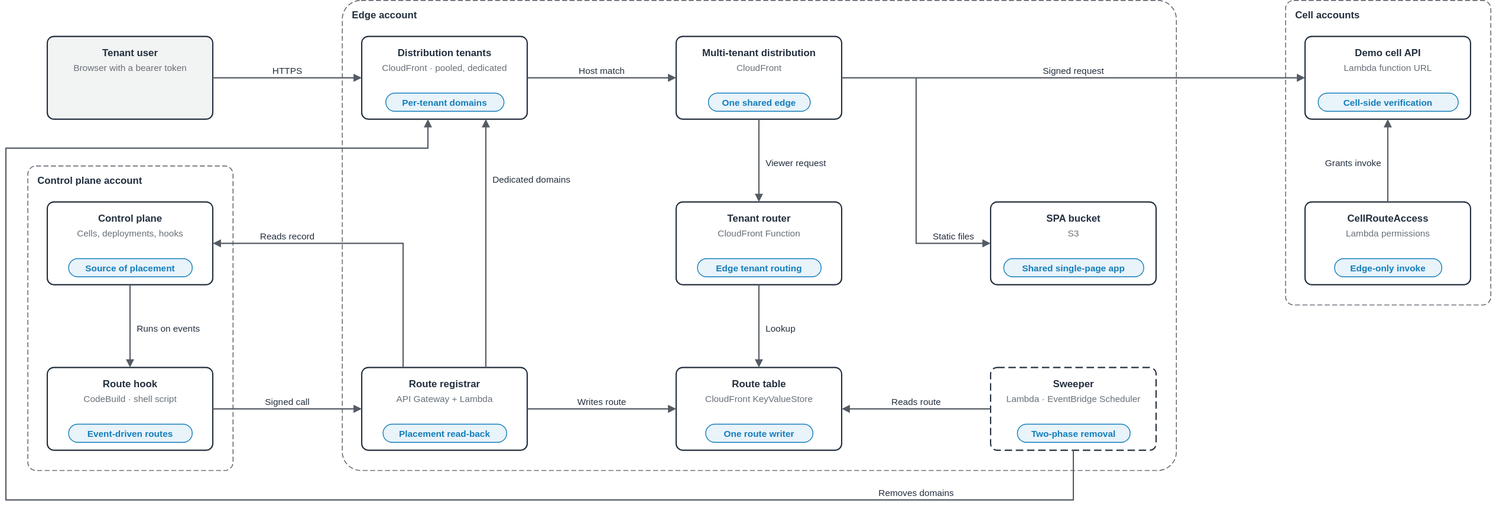
Above: samples/tenant-front-door/diagrams/tenant-front-door.components.drawio.svg in aws-samples/sample-agentic-ai-acceleration-patterns (draw.io), before the change. Source tidied: cells renumbered, new cells last; positions are measured from the earlier drawing's top-left corner, leaving out a move shared by most shapes.
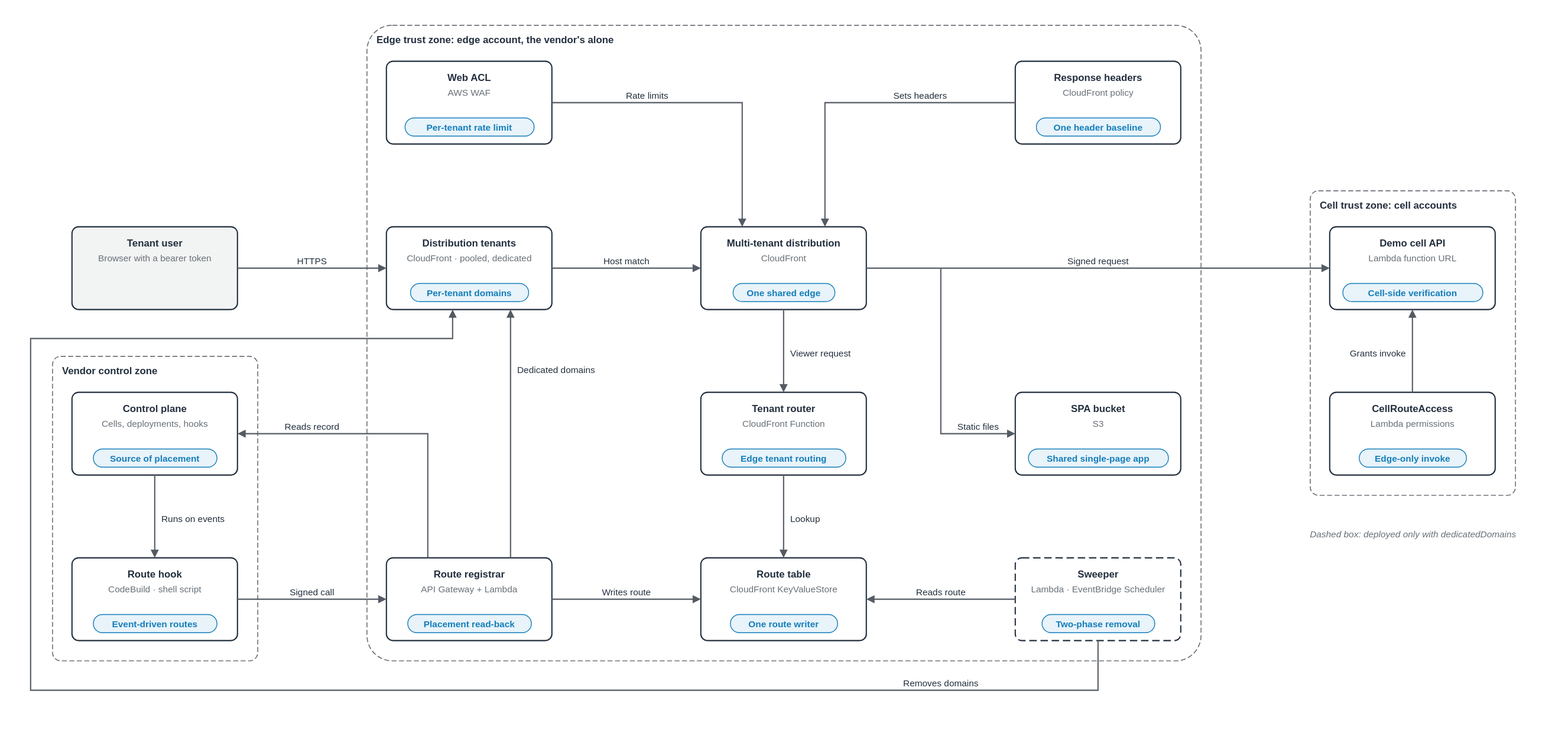
After the commit.

Change to the diagram source:
```diff
@@ -2,13 +2,13 @@
   <root>
     <mxCell id="0" />
     <mxCell id="1" parent="0" />
-    <mxCell id="2" value="Edge account" style="rounded=1;arcSize=4;html=0;fontSize=12;fontStyle=1;fontColor=#232F3E;strokeColor=#545B64;dashed=1;dashPattern=6 3;fillColor=none;verticalAlign=top;align=left;spacingLeft=10;spacingTop=4;" parent="1" vertex="1">
-      <mxGeometry x="406" width="1008" height="568" as="geometry" />
+    <mxCell id="2" value="Edge trust zone: edge account, the vendor's alone" style="rounded=1;arcSize=4;html=0;fontSize=12;fontStyle=1;fontColor=#232F3E;strokeColor=#545B64;dashed=1;dashPattern=6 3;fillColor=none;verticalAlign=top;align=left;spacingLeft=10;spacingTop=4;" parent="1" vertex="1">
+      <mxGeometry x="406" y="-200" width="1008" height="768" as="geometry" />
     </mxCell>
-    <mxCell id="3" value="Control plane account" style="rounded=1;arcSize=4;html=0;fontSize=12;fontStyle=1;fontColor=#232F3E;strokeColor=#545B64;dashed=1;dashPattern=6 3;fillColor=none;verticalAlign=top;align=left;spacingLeft=10;spacingTop=4;" parent="1" vertex="1">
+    <mxCell id="3" value="Vendor control zone" style="rounded=1;arcSize=4;html=0;fontSize=12;fontStyle=1;fontColor=#232F3E;strokeColor=#545B64;dashed=1;dashPattern=6 3;fillColor=none;verticalAlign=top;align=left;spacingLeft=10;spacingTop=4;" parent="1" vertex="1">
       <mxGeometry x="26" y="200" width="248" height="368" as="geometry" />
     </mxCell>
-    <mxCell id="4" value="Cell accounts" style="rounded=1;arcSize=4;html=0;fontSize=12;fontStyle=1;fontColor=#232F3E;strokeColor=#545B64;dashed=1;dashPattern=6 3;fillColor=none;verticalAlign=top;align=left;spacingLeft=10;spacingTop=4;" parent="1" vertex="1">
+    <mxCell id="4" value="Cell trust zone: cell accounts" style="rounded=1;arcSize=4;html=0;fontSize=12;fontStyle=1;fontColor=#232F3E;strokeColor=#545B64;dashed=1;dashPattern=6 3;fillColor=none;verticalAlign=top;align=left;spacingLeft=10;spacingTop=4;" parent="1" vertex="1">
       <mxGeometry x="1546" width="248" height="368" as="geometry" />
     </mxCell>
     <mxCell id="5" style="rounded=1;arcSize=8;html=0;fillColor=#F2F3F3;strokeColor=#232F3E;strokeWidth=1.5;" parent="1" vertex="1">
@@ -259,5 +259,52 @@
     <mxCell id="80" value="Removes domains" style="text;html=0;align=center;verticalAlign=top;fontSize=11;fontStyle=0;fontColor=#232F3E;spacing=0;spacingTop=0;" parent="1" vertex="1">
       <mxGeometry x="1051.8" y="584" width="96.4" height="16" as="geometry" />
     </mxCell>
+    <mxCell id="81" style="rounded=1;arcSize=8;html=0;fillColor=#FFFFFF;strokeColor=#232F3E;strokeWidth=1.5;" parent="1" vertex="1">
+      <mxGeometry x="430" y="-156" width="200" height="100" as="geometry" />
+    </mxCell>
+    <mxCell id="82" value="Web ACL" style="text;html=0;align=center;verticalAlign=top;fontSize=12;fontStyle=1;fontColor=#232F3E;spacing=0;spacingTop=0;" parent="1" vertex="1">
+      <mxGeometry x="440" y="-148" width="180" height="17" as="geometry" />
+    </mxCell>
+    <mxCell id="83" value="AWS WAF" style="text;html=0;align=center;verticalAlign=top;fontSize=11;fontStyle=0;fontColor=#687078;spacing=0;spacingTop=0;" parent="1" vertex="1">
+      <mxGeometry x="440" y="-129" width="180" height="16" as="geometry" />
+    </mxCell>
+    <mxCell id="84" value="Per-tenant rate limit" style="rounded=1;arcSize=50;html=0;fontSize=11;fontStyle=1;fontColor=#147EBA;fillColor=#E8F3FA;strokeColor=#147EBA;align=center;verticalAlign=middle;" parent="1" vertex="1">
+      <mxGeometry x="452" y="-88" width="156" height="22" as="geometry" />
+    </mxCell>
+    <mxCell id="85" style="rounded=1;arcSize=8;html=0;fillColor=#FFFFFF;strokeColor=#232F3E;strokeWidth=1.5;" parent="1" vertex="1">
+      <mxGeometry x="1190" y="-156" width="200" height="100" as="geometry" />
+    </mxCell>
+    <mxCell id="86" value="Response headers" style="text;html=0;align=center;verticalAlign=top;fontSize=12;fontStyle=1;fontColor=#232F3E;spacing=0;spacingTop=0;" parent="1" vertex="1">
+      <mxGeometry x="1200" y="-148" width="180" height="17" as="geometry" />
+    </mxCell>
+    <mxCell id="87" value="CloudFront policy" style="text;html=0;align=center;verticalAlign=top;fontSize=11;fontStyle=0;fontColor=#687078;spacing=0;spacingTop=0;" parent="1" vertex="1">
+      <mxGeometry x="1200" y="-129" width="180" height="16" as="geometry" />
+    </mxCell>
+    <mxCell id="88" value="One header baseline" style="rounded=1;arcSize=50;html=0;fontSize=11;fontStyle=1;fontColor=#147EBA;fillColor=#E8F3FA;strokeColor=#147EBA;align=center;verticalAlign=middle;" parent="1" vertex="1">
+      <mxGeometry x="1215" y="-88" width="150" height="22" as="geometry" />
+    </mxCell>
+    <mxCell id="89" style="edgeStyle=orthogonalEdgeStyle;rounded=0;html=0;strokeColor=#545B64;strokeWidth=1.5;endArrow=block;endFill=1;exitX=1;exitY=0.5;exitDx=0;exitDy=0;entryX=0.25;entryY=0;entryDx=0;entryDy=0;" parent="1" edge="1" source="81" target="12">
+      <mxGeometry relative="1" as="geometry">
+        <Array as="points">
+          <mxPoint x="860" y="-106" />
+        </Array>
+      </mxGeometry>
+    </mxCell>
+    <mxCell id="90" value="Rate limits" style="text;html=0;align=center;verticalAlign=top;fontSize=11;fontStyle=0;fontColor=#232F3E;spacing=0;spacingTop=0;" parent="1" vertex="1">
+      <mxGeometry x="705" y="-126" width="80" height="16" as="geometry" />
+    </mxCell>
+    <mxCell id="91" style="edgeStyle=orthogonalEdgeStyle;rounded=0;html=0;strokeColor=#545B64;strokeWidth=1.5;endArrow=block;endFill=1;exitX=0;exitY=0.5;exitDx=0;exitDy=0;entryX=0.75;entryY=0;entryDx=0;entryDy=0;" parent="1" edge="1" source="85" target="12">
+      <mxGeometry relative="1" as="geometry">
+        <Array as="points">
+          <mxPoint x="960" y="-106" />
+        </Array>
+      </mxGeometry>
+    </mxCell>
+    <mxCell id="92" value="Sets headers" style="text;html=0;align=center;verticalAlign=top;fontSize=11;fontStyle=0;fontColor=#232F3E;spacing=0;spacingTop=0;" parent="1" vertex="1">
+      <mxGeometry x="1035" y="-126" width="80" height="16" as="geometry" />
+    </mxCell>
+    <mxCell id="93" value="Dashed box: deployed only with dedicatedDomains" style="text;html=0;align=left;verticalAlign=top;fontSize=11;fontStyle=2;fontColor=#687078;spacing=0;spacingTop=0;" parent="1" vertex="1">
+      <mxGeometry x="1546" y="404" width="248" height="16" as="geometry" />
+    </mxCell>
   </root>
 </mxGraphModel>
```
